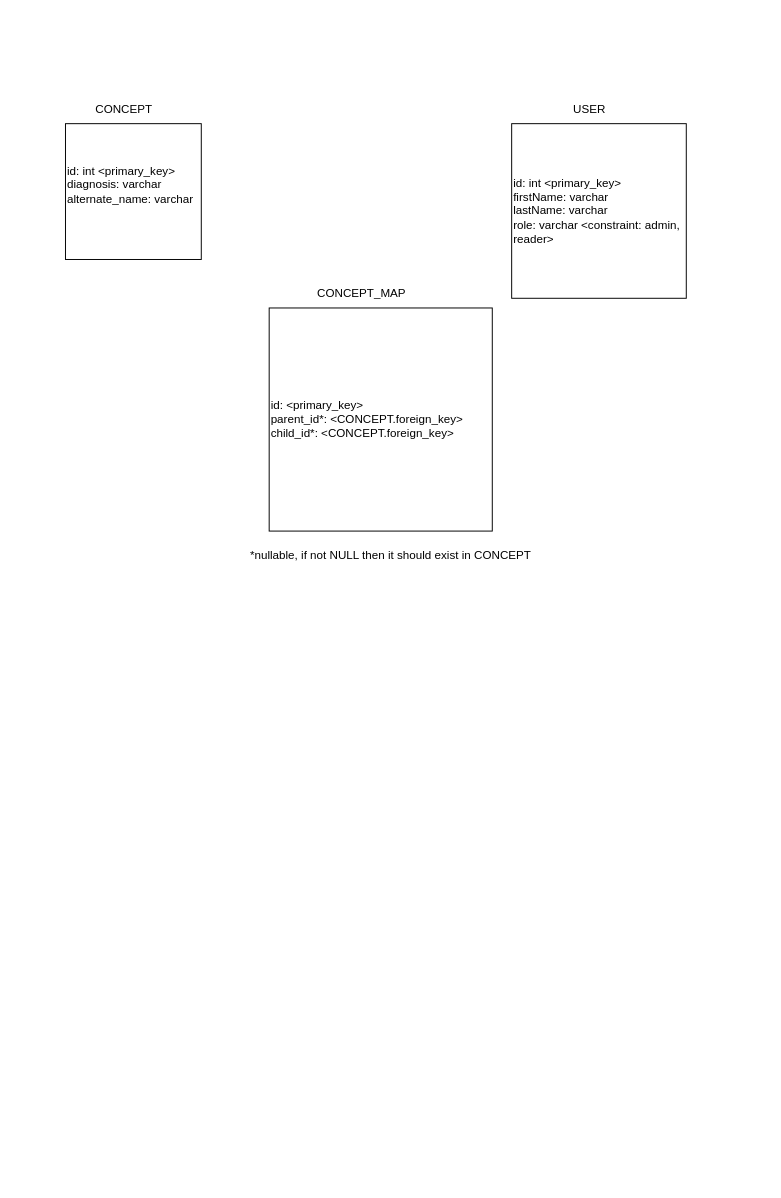
Earlier version of the draw.io diagram ontology-manager.drawio (desourav/on-man). Source tidied: cells renumbered, new cells numbered last; positions are measured from the earlier drawing's top-left corner, leaving out a move shared by most shapes. Both pictures are drawn from the tidied source at 97%, with x=0, y=0 at pixel (65, 94).
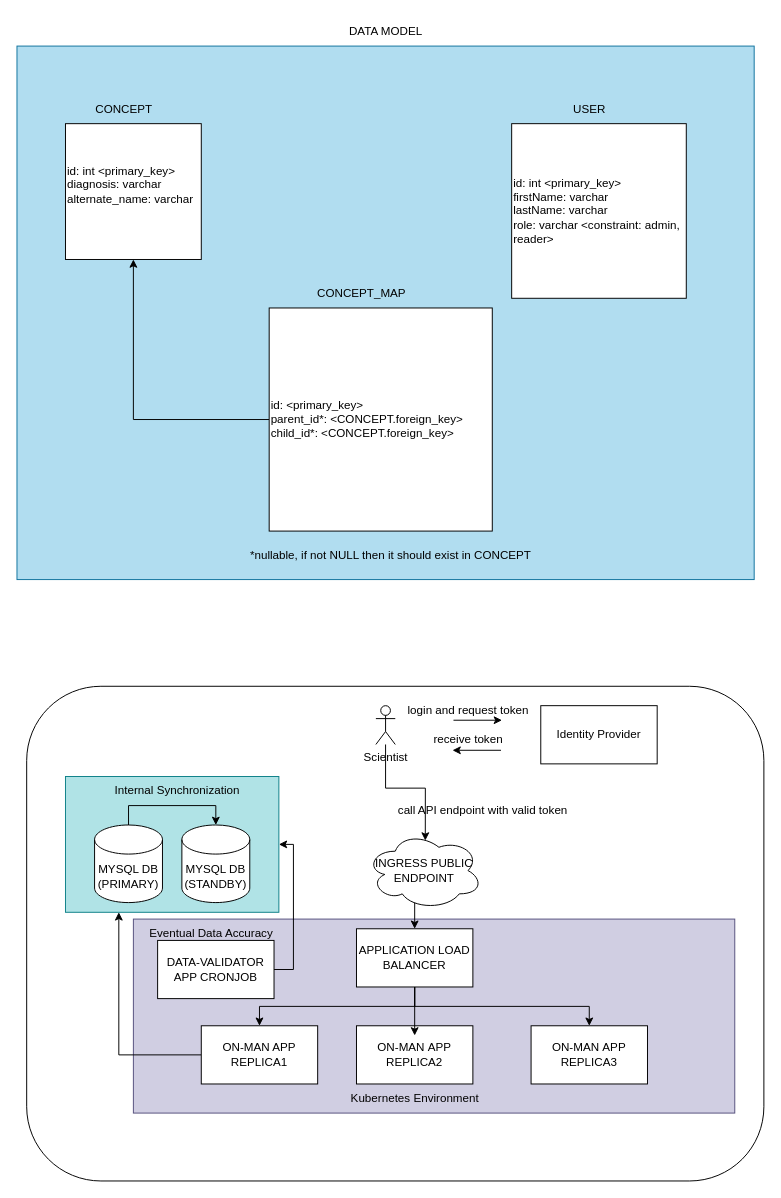
After the change.

Commit message (it also covers changes not shown here):
feat: application code with k8s support

Unchanged cells that the change refers to:
```xml
<mxCell id="2" value="id: int &amp;lt;primary_key&amp;gt;&lt;div&gt;diagnosis: varchar&lt;/div&gt;&lt;div&gt;alternate_name: varchar&lt;/div&gt;&lt;div&gt;&lt;br&gt;&lt;/div&gt;" style="whiteSpace=wrap;html=1;align=left;" parent="1" vertex="1">
  <mxGeometry y="30" width="140" height="140" as="geometry" />
</mxCell>
<mxCell id="4" value="id: &amp;lt;primary_key&amp;gt;&lt;div&gt;parent_id*: &amp;lt;CONCEPT.foreign_key&amp;gt;&lt;/div&gt;&lt;div&gt;child_id*: &amp;lt;&lt;span style=&quot;background-color: initial;&quot;&gt;CONCEPT.&lt;/span&gt;&lt;span style=&quot;background-color: initial;&quot;&gt;foreign_key&amp;gt;&lt;/span&gt;&lt;/div&gt;" style="whiteSpace=wrap;html=1;align=left;" parent="1" vertex="1">
  <mxGeometry x="210" y="220" width="230" height="230" as="geometry" />
</mxCell>
```

What changed in the source:
```diff
@@
+    <mxCell id="9" style="rounded=1;whiteSpace=wrap;html=1;" parent="1" vertex="1">
+      <mxGeometry x="-40" y="610" width="760" height="510" as="geometry" />
+    </mxCell>
+    <mxCell id="10" style="rounded=0;whiteSpace=wrap;html=1;fillColor=#d0cee2;strokeColor=#56517e;" parent="1" vertex="1">
+      <mxGeometry x="70" y="850" width="620" height="200" as="geometry" />
+    </mxCell>
+    <mxCell id="11" style="rounded=0;whiteSpace=wrap;html=1;fillColor=#b0e3e6;strokeColor=#0e8088;" parent="1" vertex="1">
+      <mxGeometry y="703" width="220" height="140" as="geometry" />
+    </mxCell>
+    <mxCell id="12" style="rounded=0;whiteSpace=wrap;html=1;fillColor=#b1ddf0;strokeColor=#10739e;" parent="1" vertex="1">
+      <mxGeometry x="-50" y="-50" width="760" height="550" as="geometry" />
+    </mxCell>
@@
+    <mxCell id="13" style="edgeStyle=orthogonalEdgeStyle;rounded=0;jettySize=auto;html=1;entryX=0.5;entryY=1;entryDx=0;entryDy=0;" parent="1" edge="1" source="4" target="2">
+      <mxGeometry relative="1" as="geometry" />
+    </mxCell>
@@
+    <mxCell id="14" value="DATA MODEL" style="text;html=1;align=center;verticalAlign=middle;strokeColor=none;fillColor=none;" parent="1" vertex="1">
+      <mxGeometry x="280" y="-80" width="100" height="30" as="geometry" />
+    </mxCell>
+    <mxCell id="15" style="edgeStyle=orthogonalEdgeStyle;rounded=0;jettySize=auto;html=1;exitX=0.5;exitY=1;exitDx=0;exitDy=0;entryX=0.5;entryY=0;entryDx=0;entryDy=0;" parent="1" edge="1" source="17" target="19">
+      <mxGeometry relative="1" as="geometry" />
+    </mxCell>
+    <mxCell id="16" style="edgeStyle=orthogonalEdgeStyle;rounded=0;jettySize=auto;html=1;exitX=0.5;exitY=1;exitDx=0;exitDy=0;" parent="1" edge="1" source="17" target="20">
+      <mxGeometry relative="1" as="geometry" />
+    </mxCell>
+    <mxCell id="17" value="APPLICATION LOAD BALANCER" style="rounded=0;whiteSpace=wrap;html=1;" parent="1" vertex="1">
+      <mxGeometry x="300" y="860" width="120" height="60" as="geometry" />
+    </mxCell>
+    <mxCell id="18" style="edgeStyle=orthogonalEdgeStyle;rounded=0;jettySize=auto;html=1;exitX=0;exitY=0.5;exitDx=0;exitDy=0;entryX=0.25;entryY=1;entryDx=0;entryDy=0;" parent="1" edge="1" source="19" target="11">
+      <mxGeometry relative="1" as="geometry" />
+    </mxCell>
+    <mxCell id="19" value="ON-MAN APP REPLICA1" style="rounded=0;whiteSpace=wrap;html=1;" parent="1" vertex="1">
+      <mxGeometry x="140" y="960" width="120" height="60" as="geometry" />
+    </mxCell>
+    <mxCell id="20" value="ON-MAN&amp;nbsp;APP REPLICA3" style="rounded=0;whiteSpace=wrap;html=1;" parent="1" vertex="1">
+      <mxGeometry x="480" y="960" width="120" height="60" as="geometry" />
+    </mxCell>
+    <mxCell id="21" value="ON-MAN&amp;nbsp;APP REPLICA2" style="rounded=0;whiteSpace=wrap;html=1;" parent="1" vertex="1">
+      <mxGeometry x="300" y="960" width="120" height="60" as="geometry" />
+    </mxCell>
+    <mxCell id="22" style="edgeStyle=orthogonalEdgeStyle;rounded=0;jettySize=auto;html=1;exitX=0.5;exitY=1;exitDx=0;exitDy=0;entryX=0.5;entryY=0.167;entryDx=0;entryDy=0;entryPerimeter=0;" parent="1" edge="1" source="17" target="21">
+      <mxGeometry relative="1" as="geometry" />
+    </mxCell>
+    <mxCell id="23" value="MYSQL DB (PRIMARY)" style="shape=cylinder3;whiteSpace=wrap;html=1;boundedLbl=1;backgroundOutline=1;size=15;" parent="1" vertex="1">
+      <mxGeometry x="30" y="753" width="70" height="80" as="geometry" />
+    </mxCell>
+    <mxCell id="24" value="MYSQL DB (STANDBY)" style="shape=cylinder3;whiteSpace=wrap;html=1;boundedLbl=1;backgroundOutline=1;size=15;" parent="1" vertex="1">
+      <mxGeometry x="120" y="753" width="70" height="80" as="geometry" />
+    </mxCell>
+    <mxCell id="25" style="edgeStyle=orthogonalEdgeStyle;rounded=0;jettySize=auto;html=1;exitX=0.5;exitY=0;exitDx=0;exitDy=0;exitPerimeter=0;entryX=0.5;entryY=0;entryDx=0;entryDy=0;entryPerimeter=0;" parent="1" edge="1" source="23" target="24">
+      <mxGeometry relative="1" as="geometry" />
+    </mxCell>
+    <mxCell id="26" value="Internal Synchronization" style="text;html=1;align=center;verticalAlign=middle;strokeColor=none;fillColor=none;" parent="1" vertex="1">
+      <mxGeometry x="40" y="703" width="150" height="30" as="geometry" />
+    </mxCell>
+    <mxCell id="27" style="edgeStyle=orthogonalEdgeStyle;rounded=0;jettySize=auto;html=1;entryX=0.508;entryY=0.113;entryDx=0;entryDy=0;entryPerimeter=0;" parent="1" edge="1" source="28" target="36">
+      <mxGeometry relative="1" as="geometry" />
+    </mxCell>
+    <mxCell id="28" value="Scientist" style="shape=umlActor;verticalLabelPosition=bottom;verticalAlign=top;html=1;outlineConnect=0;" parent="1" vertex="1">
+      <mxGeometry x="320" y="630" width="20" height="40" as="geometry" />
+    </mxCell>
+    <mxCell id="29" value="Identity Provider" style="rounded=0;whiteSpace=wrap;html=1;" parent="1" vertex="1">
+      <mxGeometry x="490" y="630" width="120" height="60" as="geometry" />
+    </mxCell>
+    <mxCell id="30" style="endArrow=classic;html=1;rounded=0;" parent="1" edge="1">
+      <mxGeometry relative="1" as="geometry">
+        <mxPoint x="400" y="645" as="sourcePoint" />
+        <mxPoint x="450" y="645" as="targetPoint" />
+      </mxGeometry>
+    </mxCell>
+    <mxCell id="31" style="endArrow=classic;html=1;rounded=0;" parent="1" edge="1">
+      <mxGeometry relative="1" as="geometry">
+        <mxPoint x="449" y="676" as="sourcePoint" />
+        <mxPoint x="399" y="676" as="targetPoint" />
+      </mxGeometry>
+    </mxCell>
+    <mxCell id="32" style="edgeStyle=orthogonalEdgeStyle;rounded=0;jettySize=auto;html=1;exitX=0.492;exitY=0.913;exitDx=0;exitDy=0;entryX=0.5;entryY=0;entryDx=0;entryDy=0;exitPerimeter=0;" parent="1" edge="1" source="36" target="17">
+      <mxGeometry relative="1" as="geometry" />
+    </mxCell>
+    <mxCell id="33" value="login and request token" style="text;html=1;align=center;verticalAlign=middle;strokeColor=none;fillColor=none;" parent="1" vertex="1">
+      <mxGeometry x="340" y="620" width="150" height="30" as="geometry" />
+    </mxCell>
+    <mxCell id="34" value="receive token" style="text;html=1;align=center;verticalAlign=middle;strokeColor=none;fillColor=none;" parent="1" vertex="1">
+      <mxGeometry x="370" y="650" width="90" height="30" as="geometry" />
+    </mxCell>
+    <mxCell id="35" value="call API endpoint with valid token" style="text;html=1;align=center;verticalAlign=middle;strokeColor=none;fillColor=none;" parent="1" vertex="1">
+      <mxGeometry x="330" y="723" width="200" height="30" as="geometry" />
+    </mxCell>
+    <mxCell id="36" value="INGRESS PUBLIC ENDPOINT" style="ellipse;shape=cloud;whiteSpace=wrap;html=1;" parent="1" vertex="1">
+      <mxGeometry x="310" y="760" width="120" height="80" as="geometry" />
+    </mxCell>
+    <mxCell id="37" value="Kubernetes Environment" style="text;html=1;align=center;verticalAlign=middle;strokeColor=none;fillColor=none;" parent="1" vertex="1">
+      <mxGeometry x="280" y="1020" width="160" height="30" as="geometry" />
+    </mxCell>
+    <mxCell id="38" style="edgeStyle=orthogonalEdgeStyle;rounded=0;jettySize=auto;html=1;exitX=1;exitY=0.5;exitDx=0;exitDy=0;entryX=1;entryY=0.5;entryDx=0;entryDy=0;" parent="1" edge="1" source="39" target="11">
+      <mxGeometry relative="1" as="geometry" />
+    </mxCell>
+    <mxCell id="39" value="DATA-VALIDATOR APP CRONJOB" style="rounded=0;whiteSpace=wrap;html=1;" parent="1" vertex="1">
+      <mxGeometry x="95" y="872" width="120" height="60" as="geometry" />
+    </mxCell>
+    <mxCell id="40" value="Eventual Data Accuracy" style="text;html=1;align=center;verticalAlign=middle;strokeColor=none;fillColor=none;" parent="1" vertex="1">
+      <mxGeometry x="75" y="850" width="150" height="30" as="geometry" />
+    </mxCell>
```
